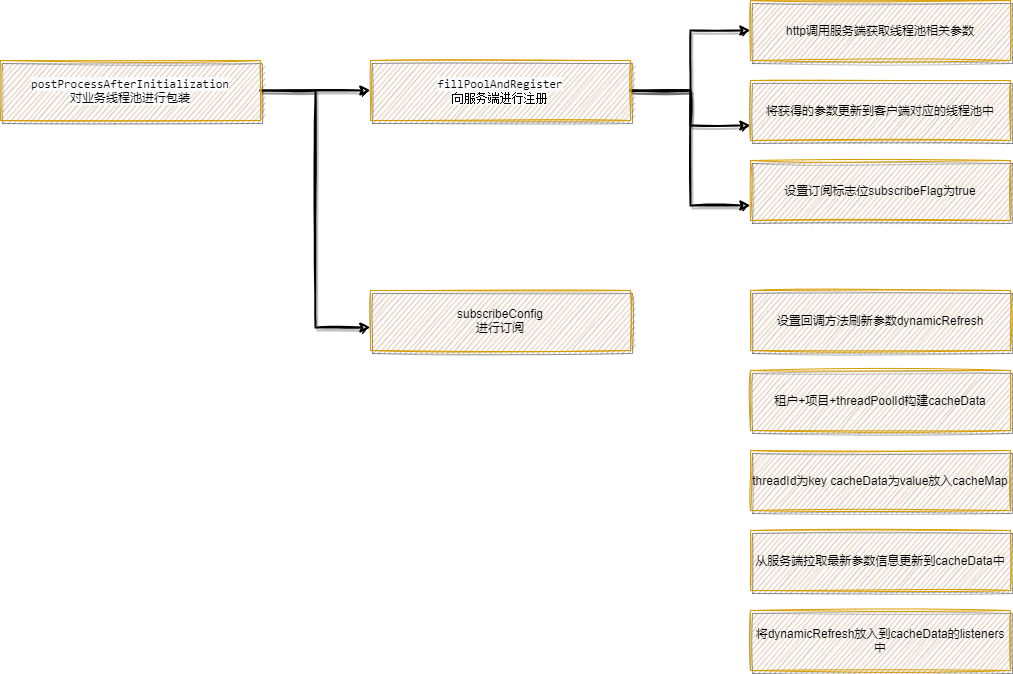
Before: 未命名绘图.drawio.png, a diagram exported from draw.io (shining-stars-lk/img). Source tidied: cells renumbered, new cells last; positions are measured from the earlier drawing's top-left corner, leaving out a move shared by most shapes.
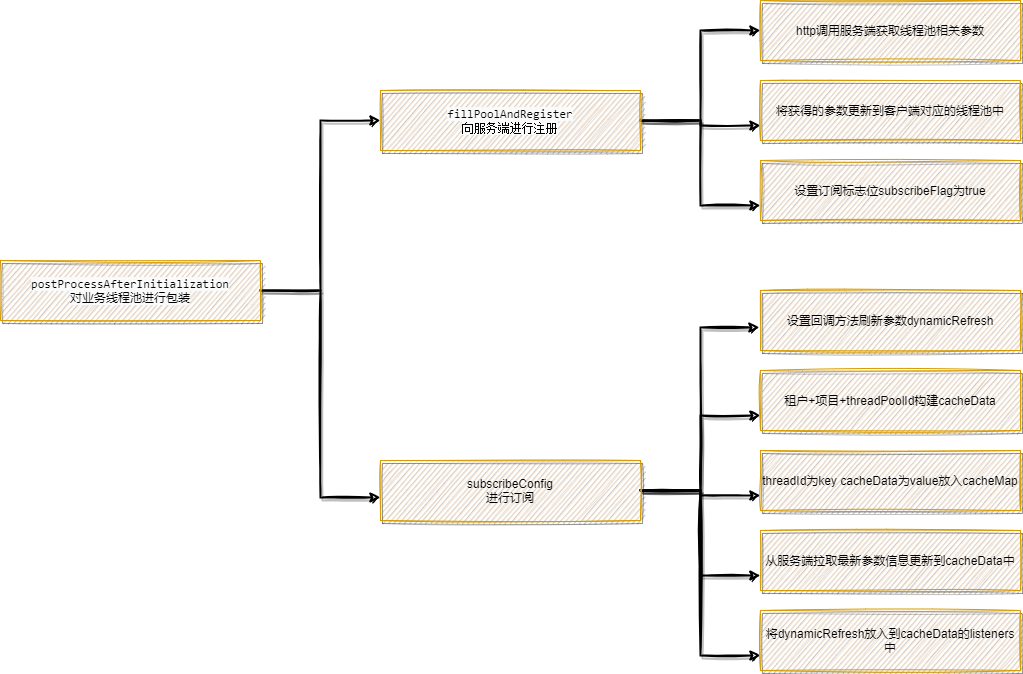
After the change.

Commit message:
更新未命名绘图.drawio.png

The edit, as a diff of the source:
```diff
@@ -2,29 +2,44 @@
   <root>
     <mxCell id="0" />
     <mxCell id="1" parent="0" />
+    <mxCell id="3" style="edgeStyle=orthogonalEdgeStyle;rounded=0;sketch=1;jettySize=auto;html=1;exitX=1;exitY=0.5;exitDx=0;exitDy=0;entryX=0;entryY=0.617;entryDx=0;entryDy=0;entryPerimeter=0;shadow=1;strokeWidth=2;fontSize=13;fontColor=#000000;" parent="1" edge="1" source="4" target="9">
+      <mxGeometry relative="1" as="geometry" />
+    </mxCell>
-    <mxCell id="2" style="edgeStyle=orthogonalEdgeStyle;rounded=0;sketch=1;jettySize=auto;html=1;exitX=1;exitY=0.5;exitDx=0;exitDy=0;shadow=1;strokeWidth=2;fontSize=13;fontColor=#000000;" parent="1" edge="1" source="4" target="8">
+    <mxCell id="2" style="edgeStyle=orthogonalEdgeStyle;rounded=0;sketch=1;jettySize=auto;html=1;exitX=1;exitY=0.5;exitDx=0;exitDy=0;entryX=0;entryY=0.5;entryDx=0;entryDy=0;shadow=1;strokeWidth=2;fontSize=13;fontColor=#000000;" parent="1" edge="1" source="4" target="8">
       <mxGeometry relative="1" as="geometry" />
     </mxCell>
-    <mxCell id="3" style="edgeStyle=orthogonalEdgeStyle;rounded=0;sketch=1;jettySize=auto;html=1;exitX=1;exitY=0.5;exitDx=0;exitDy=0;entryX=0;entryY=0.617;entryDx=0;entryDy=0;entryPerimeter=0;shadow=1;strokeWidth=2;fontSize=13;fontColor=#000000;" parent="1" edge="1" source="4" target="9">
-      <mxGeometry relative="1" as="geometry" />
-    </mxCell>
     <mxCell id="4" value="&lt;span style=&quot;text-align: left; background-color: rgb(250, 250, 250);&quot;&gt;&lt;font face=&quot;Operator Mono, Consolas, Monaco, Menlo, monospace&quot;&gt;postProcessAfterInitialization&lt;br&gt;&lt;/font&gt;对业务线程池进行包装&lt;br&gt;&lt;/span&gt;" style="rounded=0;whiteSpace=wrap;html=1;shadow=1;glass=0;sketch=1;fillColor=#ffe6cc;strokeColor=#d79b00;" parent="1" vertex="1">
-      <mxGeometry y="60" width="260" height="60" as="geometry" />
+      <mxGeometry x="-10" y="260" width="260" height="60" as="geometry" />
     </mxCell>
-    <mxCell id="5" style="edgeStyle=orthogonalEdgeStyle;rounded=0;sketch=1;jettySize=auto;html=1;exitX=1;exitY=0.5;exitDx=0;exitDy=0;shadow=1;strokeWidth=2;fontSize=13;fontColor=#000000;" parent="1" edge="1" source="8" target="10">
-      <mxGeometry relative="1" as="geometry" />
-    </mxCell>
     <mxCell id="6" style="edgeStyle=orthogonalEdgeStyle;rounded=0;sketch=1;jettySize=auto;html=1;exitX=1;exitY=0.5;exitDx=0;exitDy=0;entryX=0;entryY=0.75;entryDx=0;entryDy=0;shadow=1;strokeWidth=2;fontSize=13;fontColor=#000000;" parent="1" edge="1" source="8" target="11">
       <mxGeometry relative="1" as="geometry" />
     </mxCell>
     <mxCell id="7" style="edgeStyle=orthogonalEdgeStyle;rounded=0;sketch=1;jettySize=auto;html=1;exitX=1;exitY=0.5;exitDx=0;exitDy=0;entryX=0;entryY=0.75;entryDx=0;entryDy=0;shadow=1;strokeWidth=2;fontSize=13;fontColor=#000000;" parent="1" edge="1" source="8" target="12">
       <mxGeometry relative="1" as="geometry" />
     </mxCell>
+    <mxCell id="5" style="edgeStyle=orthogonalEdgeStyle;rounded=0;sketch=1;jettySize=auto;html=1;exitX=1;exitY=0.5;exitDx=0;exitDy=0;entryX=0;entryY=0.5;entryDx=0;entryDy=0;shadow=1;strokeWidth=2;fontSize=13;fontColor=#000000;" parent="1" edge="1" source="8" target="10">
+      <mxGeometry relative="1" as="geometry" />
+    </mxCell>
     <mxCell id="8" value="&lt;div style=&quot;text-align: left;&quot;&gt;&lt;font face=&quot;Operator Mono, Consolas, Monaco, Menlo, monospace&quot;&gt;&lt;span style=&quot;background-color: rgb(250, 250, 250);&quot;&gt;fillPoolAndRegister&lt;/span&gt;&lt;/font&gt;&lt;/div&gt;&lt;div style=&quot;&quot;&gt;&lt;font face=&quot;Operator Mono, Consolas, Monaco, Menlo, monospace&quot;&gt;&lt;span style=&quot;background-color: rgb(250, 250, 250);&quot;&gt;向服务端进行注册&lt;/span&gt;&lt;/font&gt;&lt;/div&gt;" style="rounded=0;whiteSpace=wrap;html=1;shadow=1;glass=0;sketch=1;fillColor=#ffe6cc;strokeColor=#d79b00;" parent="1" vertex="1">
-      <mxGeometry x="370" y="60" width="260" height="60" as="geometry" />
+      <mxGeometry x="370" y="90" width="260" height="60" as="geometry" />
     </mxCell>
+    <mxCell id="18" style="edgeStyle=orthogonalEdgeStyle;rounded=0;sketch=1;jettySize=auto;html=1;exitX=1;exitY=0.5;exitDx=0;exitDy=0;entryX=0;entryY=0.75;entryDx=0;entryDy=0;shadow=1;strokeWidth=2;fontSize=13;fontColor=#000000;" parent="1" edge="1" source="9" target="14">
+      <mxGeometry relative="1" as="geometry" />
+    </mxCell>
+    <mxCell id="19" style="edgeStyle=orthogonalEdgeStyle;rounded=0;sketch=1;jettySize=auto;html=1;exitX=1;exitY=0.5;exitDx=0;exitDy=0;entryX=0;entryY=0.75;entryDx=0;entryDy=0;shadow=1;strokeWidth=2;fontSize=13;fontColor=#000000;" parent="1" edge="1" source="9" target="15">
+      <mxGeometry relative="1" as="geometry" />
+    </mxCell>
+    <mxCell id="20" style="edgeStyle=orthogonalEdgeStyle;rounded=0;sketch=1;jettySize=auto;html=1;exitX=1;exitY=0.5;exitDx=0;exitDy=0;entryX=0;entryY=0.75;entryDx=0;entryDy=0;shadow=1;strokeWidth=2;fontSize=13;fontColor=#000000;" parent="1" edge="1" source="9" target="16">
+      <mxGeometry relative="1" as="geometry" />
+    </mxCell>
+    <mxCell id="21" style="edgeStyle=orthogonalEdgeStyle;rounded=0;sketch=1;jettySize=auto;html=1;exitX=1;exitY=0.5;exitDx=0;exitDy=0;entryX=0;entryY=0.75;entryDx=0;entryDy=0;shadow=1;strokeWidth=2;fontSize=13;fontColor=#000000;" parent="1" edge="1" source="9" target="17">
+      <mxGeometry relative="1" as="geometry" />
+    </mxCell>
+    <mxCell id="22" style="edgeStyle=orthogonalEdgeStyle;rounded=0;sketch=1;jettySize=auto;html=1;exitX=1;exitY=0.5;exitDx=0;exitDy=0;entryX=-0.004;entryY=0.617;entryDx=0;entryDy=0;entryPerimeter=0;shadow=1;strokeWidth=2;fontSize=13;fontColor=#000000;" parent="1" edge="1" source="9" target="13">
+      <mxGeometry relative="1" as="geometry" />
+    </mxCell>
     <mxCell id="9" value="&lt;div style=&quot;text-align: left;&quot;&gt;subscribeConfig&lt;br&gt;&lt;/div&gt;&lt;div style=&quot;&quot;&gt;进行订阅&lt;/div&gt;" style="rounded=0;whiteSpace=wrap;html=1;shadow=1;glass=0;sketch=1;fillColor=#ffe6cc;strokeColor=#d79b00;" parent="1" vertex="1">
-      <mxGeometry x="370" y="290" width="260" height="60" as="geometry" />
+      <mxGeometry x="370" y="460" width="260" height="60" as="geometry" />
     </mxCell>
     <mxCell id="10" value="&lt;div style=&quot;text-align: left;&quot;&gt;http调用服务端获取线程池相关参数&lt;/div&gt;" style="rounded=0;whiteSpace=wrap;html=1;shadow=1;glass=0;sketch=1;fillColor=#ffe6cc;strokeColor=#d79b00;" parent="1" vertex="1">
       <mxGeometry x="750" width="260" height="60" as="geometry" />
```
